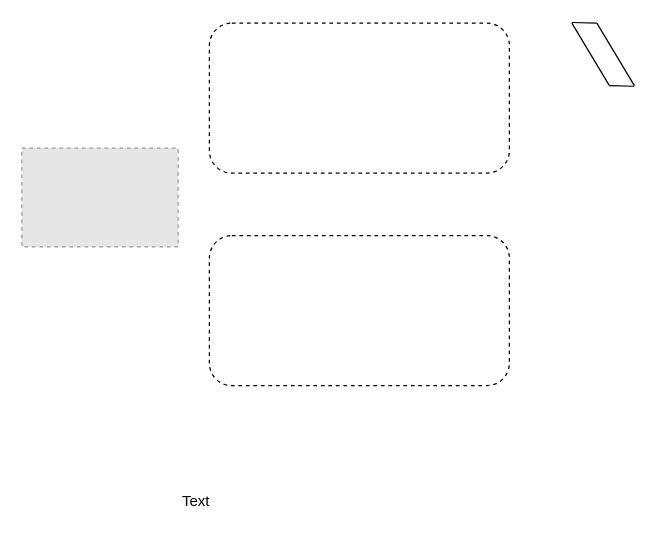
Earlier version of the draw.io diagram GAN.drawio (Gavinic/Algorithms). Source tidied: cells renumbered, new cells numbered last; positions are measured from the earlier drawing's top-left corner, leaving out a move shared by most shapes. Both pictures are drawn from the tidied source at 125%, with x=0, y=0 at pixel (21, 22). Pictures stored in the file or linked from it are replaced by grey dashed boxes.
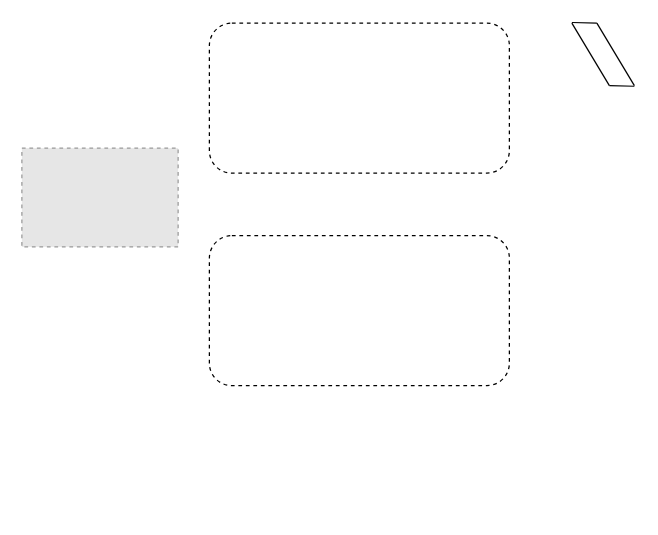
The same diagram, later.

Change to the diagram source:
```diff
@@
 <mxGraphModel>
   <root>
     <mxCell id="0" />
     <mxCell id="1" parent="0" />
     <mxCell id="2" style="fillColor=#E6E6E6;strokeColor=#999999;dashed=1;verticalLabelPosition=bottom;verticalAlign=top;" parent="1" vertex="1">
       <mxGeometry y="100" width="125" height="79" as="geometry" />
     </mxCell>
     <mxCell id="3" style="rounded=1;whiteSpace=wrap;html=1;dashed=1;" parent="1" vertex="1">
       <mxGeometry x="150" width="240" height="120" as="geometry" />
     </mxCell>
     <mxCell id="4" style="rounded=1;whiteSpace=wrap;html=1;dashed=1;" parent="1" vertex="1">
       <mxGeometry x="150" y="170" width="240" height="120" as="geometry" />
     </mxCell>
     <mxCell id="5" style="endArrow=none;html=1;" parent="1" edge="1">
       <mxGeometry relative="1" as="geometry">
         <mxPoint x="460" as="sourcePoint" />
         <mxPoint x="440" y="-0.5" as="targetPoint" />
       </mxGeometry>
     </mxCell>
     <mxCell id="6" style="endArrow=none;html=1;" parent="1" edge="1">
       <mxGeometry relative="1" as="geometry">
         <mxPoint x="470" y="50" as="sourcePoint" />
         <mxPoint x="440" as="targetPoint" />
       </mxGeometry>
     </mxCell>
-    <mxCell id="7" value="Text" style="text;html=1;align=center;verticalAlign=middle;" parent="1" vertex="1">
-      <mxGeometry x="119" y="373" width="40" height="20" as="geometry" />
-    </mxCell>
     <mxCell id="8" style="endArrow=none;html=1;" parent="1" edge="1">
       <mxGeometry relative="1" as="geometry">
         <mxPoint x="490" y="50.5" as="sourcePoint" />
         <mxPoint x="470" y="50" as="targetPoint" />
       </mxGeometry>
     </mxCell>
     <mxCell id="9" style="endArrow=none;html=1;" parent="1" edge="1">
       <mxGeometry relative="1" as="geometry">
         <mxPoint x="490" y="50" as="sourcePoint" />
         <mxPoint x="460" as="targetPoint" />
       </mxGeometry>
     </mxCell>
   </root>
 </mxGraphModel>
```
